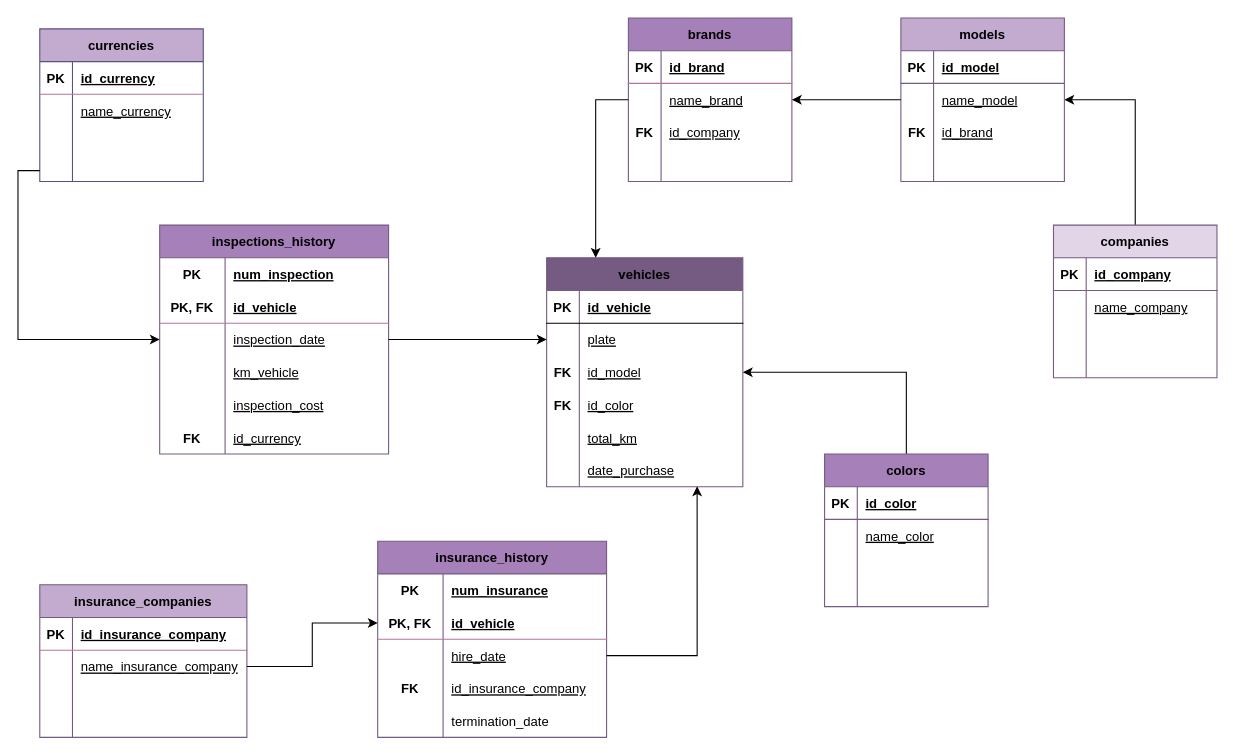
Earlier version of the draw.io diagram DER_vehiculos.drawio (Anahipv/practicaSQL_keepcoding). Source tidied: cells renumbered, new cells numbered last; positions are measured from the earlier drawing's top-left corner, leaving out a move shared by most shapes. Both pictures are drawn from the tidied source at 109%, with x=0, y=0 at pixel (39, 17).
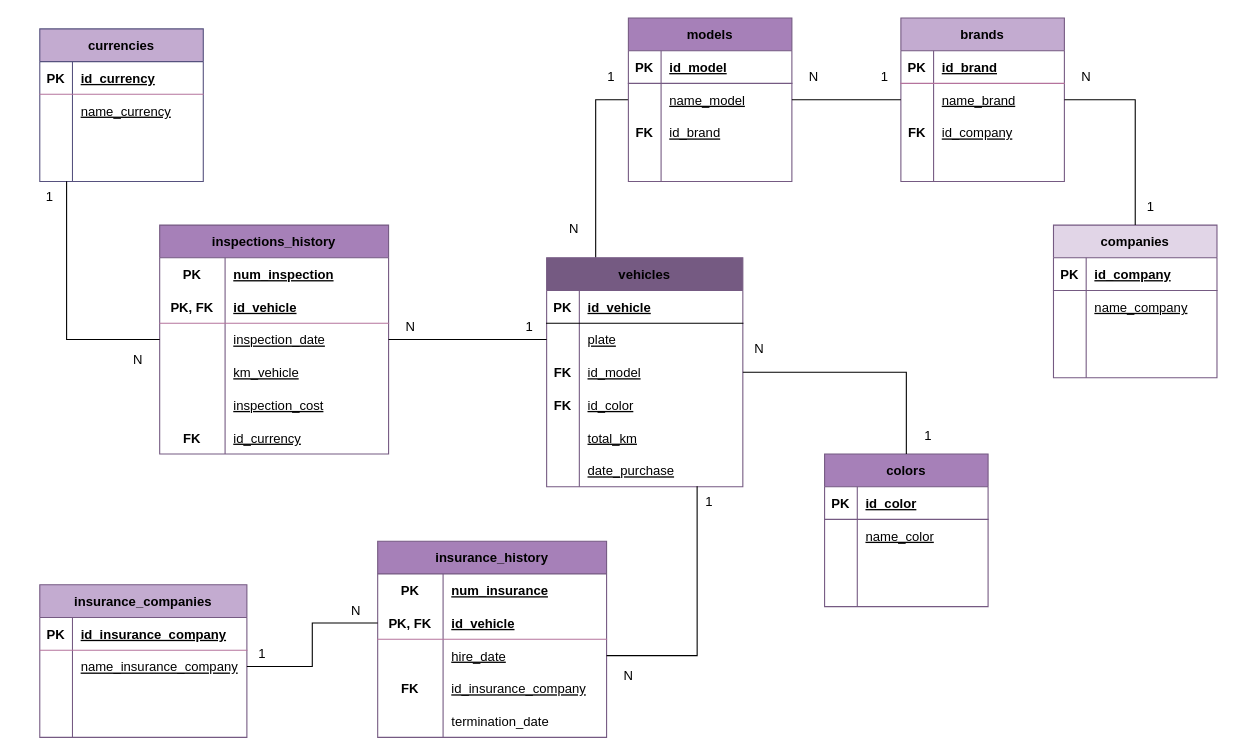
The same page after the edit.

Commit message:
der reentrega

Unchanged cells that the change refers to:
```xml
<mxCell id="2" value="vehicles" style="shape=table;startSize=30;childLayout=tableLayout;rowLines=0;fontStyle=1;align=center;fillColor=#755A82;strokeColor=#755A82;" parent="1" vertex="1">
  <mxGeometry x="465" y="220" width="180" height="210" as="geometry" />
</mxCell>
<mxCell id="6" style="shape=tableRow;horizontal=0;startSize=0;swimlaneHead=0;swimlaneBody=0;fillColor=none;points=[[0,0.5],[1,0.5]];portConstraint=eastwest;top=0;left=0;right=0;bottom=0;" parent="2" vertex="1">
  <mxGeometry y="60" width="180" height="30" as="geometry" />
</mxCell>
<mxCell id="9" style="shape=tableRow;horizontal=0;startSize=0;swimlaneHead=0;swimlaneBody=0;fillColor=none;points=[[0,0.5],[1,0.5]];portConstraint=eastwest;top=0;left=0;right=0;bottom=0;" parent="2" vertex="1">
  <mxGeometry y="90" width="180" height="30" as="geometry" />
</mxCell>
<mxCell id="18" style="shape=tableRow;horizontal=0;startSize=0;swimlaneHead=0;swimlaneBody=0;fillColor=none;points=[[0,0.5],[1,0.5]];portConstraint=eastwest;top=0;left=0;right=0;bottom=0;" parent="2" vertex="1">
  <mxGeometry y="180" width="180" height="30" as="geometry" />
</mxCell>
<mxCell id="31" style="shape=tableRow;horizontal=0;startSize=0;swimlaneHead=0;swimlaneBody=0;fillColor=none;points=[[0,0.5],[1,0.5]];portConstraint=eastwest;top=0;left=0;right=0;bottom=0;strokeColor=#B5739D;" parent="21" vertex="1">
  <mxGeometry y="120" width="150" height="20" as="geometry" />
</mxCell>
<mxCell id="41" style="shape=tableRow;horizontal=0;startSize=0;swimlaneHead=0;swimlaneBody=0;fillColor=none;points=[[0,0.5],[1,0.5]];portConstraint=eastwest;top=0;left=0;right=0;bottom=0;strokeColor=#B5739D;" parent="34" vertex="1">
  <mxGeometry y="90" width="210" height="30" as="geometry" />
</mxCell>
<mxCell id="57" style="shape=tableRow;horizontal=0;startSize=0;swimlaneHead=0;swimlaneBody=0;fillColor=none;points=[[0,0.5],[1,0.5]];portConstraint=eastwest;top=0;left=0;right=0;bottom=1;strokeColor=#B5739D;" parent="53" vertex="1">
  <mxGeometry y="60" width="210" height="30" as="geometry" />
</mxCell>
<mxCell id="60" style="shape=tableRow;horizontal=0;startSize=0;swimlaneHead=0;swimlaneBody=0;fillColor=none;points=[[0,0.5],[1,0.5]];portConstraint=eastwest;top=0;left=0;right=0;bottom=0;strokeColor=#B5739D;" parent="53" vertex="1">
  <mxGeometry y="90" width="210" height="30" as="geometry" />
</mxCell>
<mxCell id="73" style="shape=tableRow;horizontal=0;startSize=0;swimlaneHead=0;swimlaneBody=0;fillColor=none;points=[[0,0.5],[1,0.5]];portConstraint=eastwest;top=0;left=0;right=0;bottom=0;strokeColor=#B5739D;" parent="69" vertex="1">
  <mxGeometry y="60" width="190" height="30" as="geometry" />
</mxCell>
<mxCell id="83" value="colors" style="shape=table;startSize=30;childLayout=tableLayout;rowLines=0;fontStyle=1;align=center;strokeColor=#755A82;fillColor=#A680B8;" parent="1" vertex="1">
  <mxGeometry x="720" y="400" width="150" height="140" as="geometry" />
</mxCell>
<mxCell id="97" value="companies" style="shape=table;startSize=30;childLayout=tableLayout;rowLines=0;fontStyle=1;align=center;strokeColor=#755A82;fillColor=#E1D5E7;" parent="1" vertex="1">
  <mxGeometry x="930" y="190" width="150" height="140" as="geometry" />
</mxCell>
<mxCell id="114" style="shape=tableRow;horizontal=0;startSize=0;swimlaneHead=0;swimlaneBody=0;fillColor=none;points=[[0,0.5],[1,0.5]];portConstraint=eastwest;top=0;left=0;right=0;bottom=0;strokeColor=#755A82;" parent="110" vertex="1">
  <mxGeometry y="60" width="150" height="30" as="geometry" />
</mxCell>
<mxCell id="127" style="shape=tableRow;horizontal=0;startSize=0;swimlaneHead=0;swimlaneBody=0;fillColor=none;points=[[0,0.5],[1,0.5]];portConstraint=eastwest;top=0;left=0;right=0;bottom=0;strokeColor=#B5739D;" parent="123" vertex="1">
  <mxGeometry y="60" width="150" height="30" as="geometry" />
</mxCell>
```

Change to the diagram source:
```diff
@@
+    <mxCell id="142" style="edgeStyle=orthogonalEdgeStyle;rounded=0;jettySize=auto;html=1;exitX=0.25;exitY=0;exitDx=0;exitDy=0;entryX=0;entryY=0.5;entryDx=0;entryDy=0;endArrow=none;endFill=0;" parent="1" edge="1" source="2" target="114">
+      <mxGeometry relative="1" as="geometry" />
+    </mxCell>
@@
-    <mxCell id="82" style="edgeStyle=orthogonalEdgeStyle;rounded=0;jettySize=auto;html=1;exitX=0.5;exitY=0;exitDx=0;exitDy=0;entryX=1;entryY=0.5;entryDx=0;entryDy=0;" parent="1" edge="1" source="83" target="9">
-      <mxGeometry relative="1" as="geometry" />
-    </mxCell>
@@
-    <mxCell id="96" style="edgeStyle=orthogonalEdgeStyle;rounded=0;jettySize=auto;html=1;exitX=0.5;exitY=0;exitDx=0;exitDy=0;entryX=1;entryY=0.5;entryDx=0;entryDy=0;" parent="1" edge="1" source="97" target="114">
-      <mxGeometry relative="1" as="geometry" />
-    </mxCell>
@@
-    <mxCell id="110" value="models" style="shape=table;startSize=30;childLayout=tableLayout;rowLines=0;fontStyle=1;align=center;strokeColor=#755A82;fillColor=#C3ABD0;" parent="1" vertex="1">
-      <mxGeometry x="790" width="150" height="150" as="geometry" />
+    <mxCell id="110" value="models" style="shape=table;startSize=30;childLayout=tableLayout;rowLines=0;fontStyle=1;align=center;strokeColor=#755A82;fillColor=#A680B8;" parent="1" vertex="1">
+      <mxGeometry x="540" width="150" height="150" as="geometry" />
     </mxCell>
@@
-    <mxCell id="123" value="brands" style="shape=table;startSize=30;childLayout=tableLayout;rowLines=0;fontStyle=1;align=center;strokeColor=#755A82;fillColor=#A680B8;" parent="1" vertex="1">
-      <mxGeometry x="540" width="150" height="150" as="geometry" />
+    <mxCell id="123" value="brands" style="shape=table;startSize=30;childLayout=tableLayout;rowLines=0;fontStyle=1;align=center;strokeColor=#755A82;fillColor=#C3ABD0;" parent="1" vertex="1">
+      <mxGeometry x="790" width="150" height="150" as="geometry" />
     </mxCell>
@@
-    <mxCell id="136" style="edgeStyle=orthogonalEdgeStyle;rounded=0;jettySize=auto;html=1;exitX=0;exitY=0.5;exitDx=0;exitDy=0;entryX=0;entryY=0.5;entryDx=0;entryDy=0;" parent="1" edge="1" source="31" target="41">
-      <mxGeometry relative="1" as="geometry" />
-    </mxCell>
-    <mxCell id="137" style="edgeStyle=orthogonalEdgeStyle;rounded=0;jettySize=auto;html=1;exitX=1;exitY=0.5;exitDx=0;exitDy=0;entryX=0;entryY=0.5;entryDx=0;entryDy=0;" parent="1" edge="1" source="41" target="6">
+    <mxCell id="137" style="edgeStyle=orthogonalEdgeStyle;rounded=0;jettySize=auto;html=1;exitX=1;exitY=0.5;exitDx=0;exitDy=0;entryX=0;entryY=0.5;entryDx=0;entryDy=0;endArrow=none;endFill=0;" parent="1" edge="1" source="41" target="6">
       <mxGeometry relative="1" as="geometry" />
     </mxCell>
-    <mxCell id="138" style="edgeStyle=orthogonalEdgeStyle;rounded=0;jettySize=auto;html=1;exitX=0;exitY=0.5;exitDx=0;exitDy=0;entryX=0.25;entryY=0;entryDx=0;entryDy=0;" parent="1" edge="1" source="127" target="2">
-      <mxGeometry relative="1" as="geometry" />
-    </mxCell>
+    <mxCell id="141" style="edgeStyle=orthogonalEdgeStyle;rounded=0;jettySize=auto;html=1;exitX=1;exitY=0.5;exitDx=0;exitDy=0;entryX=0.767;entryY=0.99;entryDx=0;entryDy=0;entryPerimeter=0;endArrow=none;endFill=0;" parent="1" edge="1" source="60" target="18">
+      <mxGeometry relative="1" as="geometry" />
+    </mxCell>
+    <mxCell id="143" style="edgeStyle=orthogonalEdgeStyle;jettySize=auto;html=1;exitX=0;exitY=0.5;exitDx=0;exitDy=0;entryX=0.164;entryY=0.986;entryDx=0;entryDy=0;entryPerimeter=0;rounded=0;endArrow=none;endFill=0;" parent="1" edge="1" source="41" target="31">
+      <mxGeometry relative="1" as="geometry" />
+    </mxCell>
+    <mxCell id="144" style="edgeStyle=orthogonalEdgeStyle;rounded=0;jettySize=auto;html=1;exitX=0;exitY=0.5;exitDx=0;exitDy=0;entryX=1;entryY=0.5;entryDx=0;entryDy=0;endArrow=none;endFill=0;" parent="1" edge="1" source="57" target="73">
+      <mxGeometry relative="1" as="geometry" />
+    </mxCell>
+    <mxCell id="145" style="edgeStyle=orthogonalEdgeStyle;rounded=0;jettySize=auto;html=1;exitX=1;exitY=0.5;exitDx=0;exitDy=0;entryX=0.5;entryY=0;entryDx=0;entryDy=0;endArrow=none;endFill=0;" parent="1" edge="1" source="9" target="83">
+      <mxGeometry relative="1" as="geometry" />
+    </mxCell>
+    <mxCell id="146" value="N" style="text;strokeColor=none;fillColor=none;spacingLeft=4;spacingRight=4;overflow=hidden;fontSize=12;" parent="1" vertex="1">
+      <mxGeometry x="650" y="290" width="40" height="30" as="geometry" />
+    </mxCell>
+    <mxCell id="147" value="1" style="text;strokeColor=none;fillColor=none;spacingLeft=4;spacingRight=4;overflow=hidden;fontSize=12;" parent="1" vertex="1">
+      <mxGeometry x="806" y="370" width="40" height="30" as="geometry" />
+    </mxCell>
+    <mxCell id="148" value="N" style="text;strokeColor=none;fillColor=none;spacingLeft=4;spacingRight=4;overflow=hidden;fontSize=12;" parent="1" vertex="1">
+      <mxGeometry x="480" y="180" width="40" height="30" as="geometry" />
+    </mxCell>
+    <mxCell id="149" value="1" style="text;strokeColor=none;fillColor=none;spacingLeft=4;spacingRight=4;overflow=hidden;fontSize=12;" parent="1" vertex="1">
+      <mxGeometry x="515" y="40" width="40" height="30" as="geometry" />
+    </mxCell>
+    <mxCell id="150" value="1" style="text;strokeColor=none;fillColor=none;spacingLeft=4;spacingRight=4;overflow=hidden;fontSize=12;" parent="1" vertex="1">
+      <mxGeometry x="766" y="40" width="40" height="30" as="geometry" />
+    </mxCell>
+    <mxCell id="151" value="1" style="text;strokeColor=none;fillColor=none;spacingLeft=4;spacingRight=4;overflow=hidden;fontSize=12;" parent="1" vertex="1">
+      <mxGeometry x="1010" y="160" width="40" height="30" as="geometry" />
+    </mxCell>
+    <mxCell id="152" value="N" style="text;strokeColor=none;fillColor=none;spacingLeft=4;spacingRight=4;overflow=hidden;fontSize=12;" parent="1" vertex="1">
+      <mxGeometry x="700" y="40" width="40" height="30" as="geometry" />
+    </mxCell>
-    <mxCell id="139" style="edgeStyle=orthogonalEdgeStyle;rounded=0;jettySize=auto;html=1;exitX=0;exitY=0.5;exitDx=0;exitDy=0;entryX=1;entryY=0.5;entryDx=0;entryDy=0;" parent="1" edge="1" source="114" target="127">
+    <mxCell id="139" style="edgeStyle=orthogonalEdgeStyle;rounded=0;jettySize=auto;html=1;exitX=1;exitY=0.5;exitDx=0;exitDy=0;entryX=0;entryY=0.5;entryDx=0;entryDy=0;endArrow=none;endFill=0;" parent="1" edge="1" source="114" target="127">
       <mxGeometry relative="1" as="geometry" />
     </mxCell>
-    <mxCell id="140" style="edgeStyle=orthogonalEdgeStyle;rounded=0;jettySize=auto;html=1;exitX=1;exitY=0.5;exitDx=0;exitDy=0;entryX=0;entryY=0.5;entryDx=0;entryDy=0;" parent="1" edge="1" source="73" target="57">
-      <mxGeometry relative="1" as="geometry" />
-    </mxCell>
-    <mxCell id="141" style="edgeStyle=orthogonalEdgeStyle;rounded=0;jettySize=auto;html=1;exitX=1;exitY=0.5;exitDx=0;exitDy=0;entryX=0.767;entryY=0.99;entryDx=0;entryDy=0;entryPerimeter=0;" parent="1" edge="1" source="60" target="18">
-      <mxGeometry relative="1" as="geometry" />
-    </mxCell>
+    <mxCell id="153" style="edgeStyle=orthogonalEdgeStyle;rounded=0;jettySize=auto;html=1;exitX=1;exitY=0.5;exitDx=0;exitDy=0;endArrow=none;endFill=0;" parent="1" edge="1" source="127" target="97">
+      <mxGeometry relative="1" as="geometry" />
+    </mxCell>
+    <mxCell id="154" value="N" style="text;strokeColor=none;fillColor=none;spacingLeft=4;spacingRight=4;overflow=hidden;fontSize=12;" parent="1" vertex="1">
+      <mxGeometry x="950" y="40" width="40" height="30" as="geometry" />
+    </mxCell>
+    <mxCell id="155" value="N" style="text;strokeColor=none;fillColor=none;spacingLeft=4;spacingRight=4;overflow=hidden;fontSize=12;" parent="1" vertex="1">
+      <mxGeometry x="330" y="270" width="40" height="30" as="geometry" />
+    </mxCell>
+    <mxCell id="156" value="1" style="text;strokeColor=none;fillColor=none;spacingLeft=4;spacingRight=4;overflow=hidden;fontSize=12;" parent="1" vertex="1">
+      <mxGeometry x="440" y="270" width="40" height="30" as="geometry" />
+    </mxCell>
+    <mxCell id="157" value="1" style="text;strokeColor=none;fillColor=none;spacingLeft=4;spacingRight=4;overflow=hidden;fontSize=12;" parent="1" vertex="1">
+      <mxGeometry x="605" y="430" width="40" height="30" as="geometry" />
+    </mxCell>
+    <mxCell id="158" value="N" style="text;strokeColor=none;fillColor=none;spacingLeft=4;spacingRight=4;overflow=hidden;fontSize=12;" parent="1" vertex="1">
+      <mxGeometry x="530" y="590" width="40" height="30" as="geometry" />
+    </mxCell>
+    <mxCell id="159" value="1" style="text;strokeColor=none;fillColor=none;spacingLeft=4;spacingRight=4;overflow=hidden;fontSize=12;" parent="1" vertex="1">
+      <mxGeometry x="195" y="570" width="40" height="30" as="geometry" />
+    </mxCell>
+    <mxCell id="160" value="1" style="text;strokeColor=none;fillColor=none;spacingLeft=4;spacingRight=4;overflow=hidden;fontSize=12;" parent="1" vertex="1">
+      <mxGeometry y="150" width="40" height="30" as="geometry" />
+    </mxCell>
+    <mxCell id="161" value="N" style="text;strokeColor=none;fillColor=none;spacingLeft=4;spacingRight=4;overflow=hidden;fontSize=12;" parent="1" vertex="1">
+      <mxGeometry x="280" y="530" width="40" height="30" as="geometry" />
+    </mxCell>
+    <mxCell id="162" value="N" style="text;strokeColor=none;fillColor=none;spacingLeft=4;spacingRight=4;overflow=hidden;fontSize=12;" parent="1" vertex="1">
+      <mxGeometry x="80" y="300" width="40" height="30" as="geometry" />
+    </mxCell>
```
